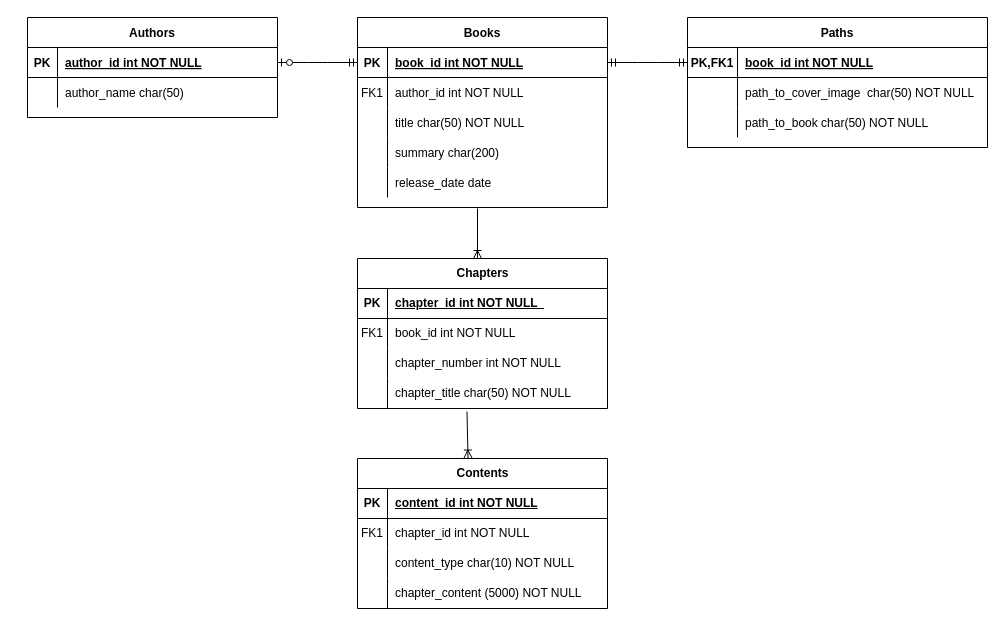
MohammadRahman2005/NAVMBooksProject keeps this draw.io diagram as Data Model/ERD.drawio. Above is the earlier version. Source tidied: cells renumbered, new cells numbered last; positions are measured from the earlier drawing's top-left corner, leaving out a move shared by most shapes. Both pictures are drawn from the tidied source at 100%, with x=0, y=0 at pixel (27, 17).
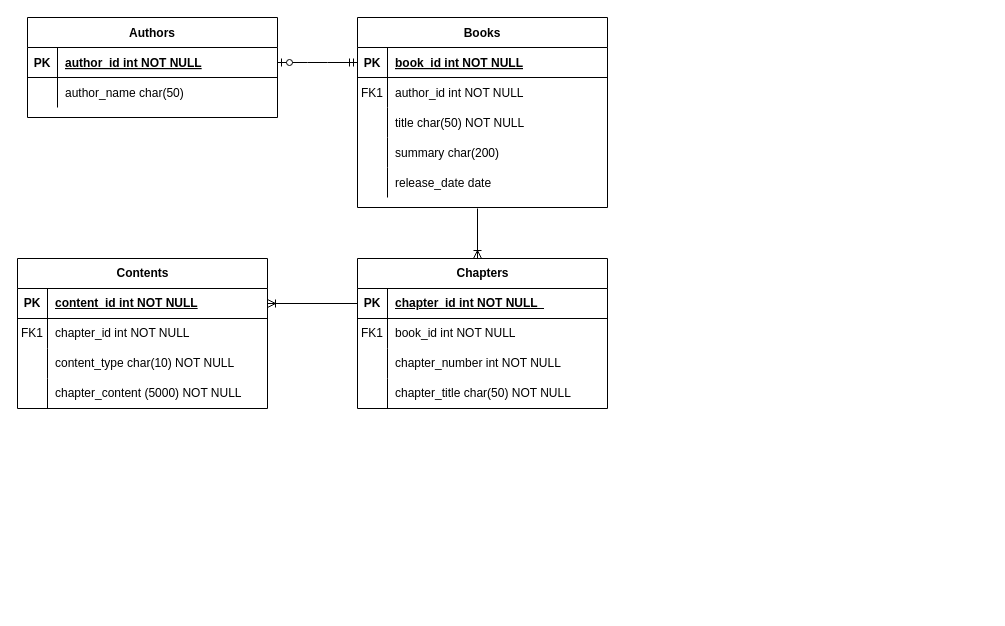
The same diagram, later.

Commit message (it also covers changes not shown here):
Remove Paths table and add insert statements

The change refers to these unchanged cells:
```xml
<mxCell id="3" style="shape=partialRectangle;fillColor=none;points=[[0,0.5],[1,0.5]];portConstraint=eastwest;top=0;left=0;right=0;bottom=1;" parent="2" vertex="1">
  <mxGeometry y="30" width="250" height="30" as="geometry" />
</mxCell>
<mxCell id="36" style="shape=tableRow;horizontal=0;startSize=0;swimlaneHead=0;swimlaneBody=0;fillColor=none;points=[[0,0.5],[1,0.5]];portConstraint=eastwest;top=0;left=0;right=0;bottom=1;" parent="35" vertex="1">
  <mxGeometry y="30" width="250" height="30" as="geometry" />
</mxCell>
<mxCell id="45" style="shape=tableRow;horizontal=0;startSize=0;swimlaneHead=0;swimlaneBody=0;fillColor=none;points=[[0,0.5],[1,0.5]];portConstraint=eastwest;top=0;left=0;right=0;bottom=0;" parent="35" vertex="1">
  <mxGeometry y="120" width="250" height="30" as="geometry" />
</mxCell>
<mxCell id="49" style="shape=tableRow;horizontal=0;startSize=0;swimlaneHead=0;swimlaneBody=0;fillColor=none;points=[[0,0.5],[1,0.5]];portConstraint=eastwest;top=0;left=0;right=0;bottom=1;" parent="48" vertex="1">
  <mxGeometry y="30" width="250" height="30" as="geometry" />
</mxCell>
```

Diff of the diagram source:
```diff
@@
-    <mxCell id="18" value="Paths" style="shape=table;startSize=30;childLayout=tableLayout;rowLines=0;fontStyle=1;align=center;" parent="1" vertex="1">
-      <mxGeometry x="660" width="300" height="130" as="geometry" />
-    </mxCell>
-    <mxCell id="19" style="shape=partialRectangle;fillColor=none;points=[[0,0.5],[1,0.5]];portConstraint=eastwest;top=0;left=0;right=0;bottom=1;" parent="18" vertex="1">
-      <mxGeometry y="30" width="300" height="30" as="geometry" />
-    </mxCell>
-    <mxCell id="20" value="PK,FK1" style="shape=partialRectangle;overflow=hidden;fillColor=none;top=0;left=0;bottom=0;right=0;fontStyle=1;" parent="19" vertex="1">
-      <mxGeometry width="50" height="30" as="geometry" />
-    </mxCell>
-    <mxCell id="21" value="book_id int NOT NULL " style="shape=partialRectangle;overflow=hidden;fillColor=none;top=0;left=0;bottom=0;right=0;align=left;spacingLeft=6;fontStyle=5;" parent="19" vertex="1">
-      <mxGeometry x="50" width="250" height="30" as="geometry" />
-    </mxCell>
-    <mxCell id="22" style="shape=partialRectangle;fillColor=none;top=0;left=0;right=0;bottom=0;" parent="18" vertex="1">
-      <mxGeometry y="60" width="300" height="30" as="geometry" />
-    </mxCell>
-    <mxCell id="23" style="shape=partialRectangle;overflow=hidden;fillColor=none;top=0;left=0;bottom=0;right=0;" parent="22" vertex="1">
-      <mxGeometry width="50" height="30" as="geometry" />
-    </mxCell>
-    <mxCell id="24" value="path_to_cover_image  char(50) NOT NULL" style="shape=partialRectangle;overflow=hidden;fillColor=none;top=0;left=0;bottom=0;right=0;align=left;spacingLeft=6;" parent="22" vertex="1">
-      <mxGeometry x="50" width="250" height="30" as="geometry" />
-    </mxCell>
-    <mxCell id="25" style="shape=partialRectangle;fillColor=none;top=0;left=0;right=0;bottom=0;" parent="18" vertex="1">
-      <mxGeometry y="90" width="300" height="30" as="geometry" />
-    </mxCell>
-    <mxCell id="26" style="shape=partialRectangle;overflow=hidden;fillColor=none;top=0;left=0;bottom=0;right=0;" parent="25" vertex="1">
-      <mxGeometry width="50" height="30" as="geometry" />
-    </mxCell>
-    <mxCell id="27" value="path_to_book char(50) NOT NULL" style="shape=partialRectangle;overflow=hidden;fillColor=none;top=0;left=0;bottom=0;right=0;align=left;spacingLeft=6;" parent="25" vertex="1">
-      <mxGeometry x="50" width="250" height="30" as="geometry" />
-    </mxCell>
@@
     <mxCell id="48" value="Contents" style="shape=table;startSize=30;childLayout=tableLayout;rowLines=0;fontStyle=1;align=center;html=1;" parent="1" vertex="1">
-      <mxGeometry x="330" y="441" width="250" height="150" as="geometry" />
+      <mxGeometry x="-10" y="241" width="250" height="150" as="geometry" />
     </mxCell>
@@
-    <mxCell id="62" style="edgeStyle=entityRelationEdgeStyle;fontSize=12;html=1;endArrow=ERmandOne;startArrow=ERmandOne;rounded=0;exitX=1;exitY=0.5;exitDx=0;exitDy=0;" parent="1" edge="1" source="3" target="19">
-      <mxGeometry relative="1" as="geometry" />
-    </mxCell>
@@
-    <mxCell id="64" style="fontSize=12;html=1;endArrow=ERoneToMany;rounded=0;exitX=0.438;exitY=1.107;exitDx=0;exitDy=0;exitPerimeter=0;entryX=0.442;entryY=-0.003;entryDx=0;entryDy=0;entryPerimeter=0;" parent="1" edge="1" source="45" target="48">
+    <mxCell id="64" style="fontSize=12;html=1;endArrow=ERoneToMany;rounded=0;exitX=0;exitY=0.5;exitDx=0;exitDy=0;entryX=1;entryY=0.5;entryDx=0;entryDy=0;" parent="1" edge="1" source="36" target="49">
       <mxGeometry relative="1" as="geometry" />
     </mxCell>
```
